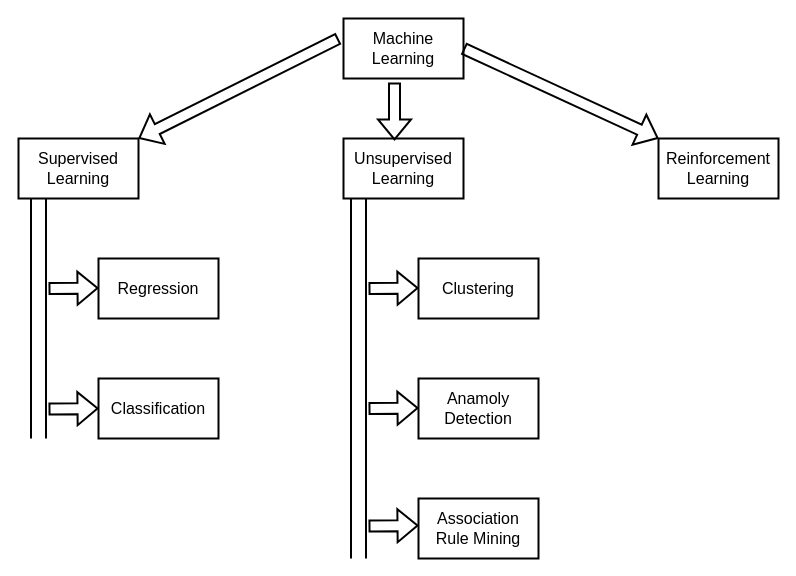
Earlier version of the draw.io diagram ML.drawio (mzndnes/resume). Source tidied: cells renumbered, new cells numbered last; positions are measured from the earlier drawing's top-left corner, leaving out a move shared by most shapes. Both pictures are drawn from the tidied source at 100%, with x=0, y=0 at pixel (18, 18).
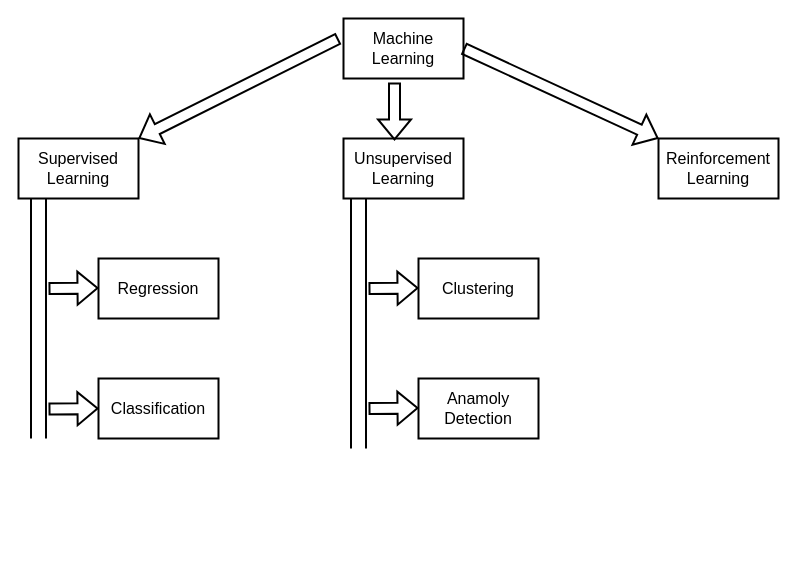
The same page after the edit.

Change to the diagram source:
```diff
@@
-    <mxCell id="10" value="Association Rule Mining" style="rounded=0;whiteSpace=wrap;html=1;strokeWidth=2;fontSize=16;" parent="1" vertex="1">
-      <mxGeometry x="400" y="480" width="120" height="60" as="geometry" />
-    </mxCell>
@@
     <mxCell id="17" style="shape=link;endArrow=classic;html=1;rounded=0;strokeWidth=2;width=14;" parent="1" edge="1">
       <mxGeometry relative="1" as="geometry">
         <mxPoint x="340" y="180" as="sourcePoint" />
-        <mxPoint x="340" y="540" as="targetPoint" />
+        <mxPoint x="340" y="430" as="targetPoint" />
       </mxGeometry>
     </mxCell>
@@
-    <mxCell id="20" style="shape=flexArrow;endArrow=classic;html=1;rounded=0;strokeWidth=2;" parent="1" edge="1">
-      <mxGeometry relative="1" as="geometry">
-        <mxPoint x="350" y="507.5" as="sourcePoint" />
-        <mxPoint x="400" y="507" as="targetPoint" />
-      </mxGeometry>
-    </mxCell>
```
